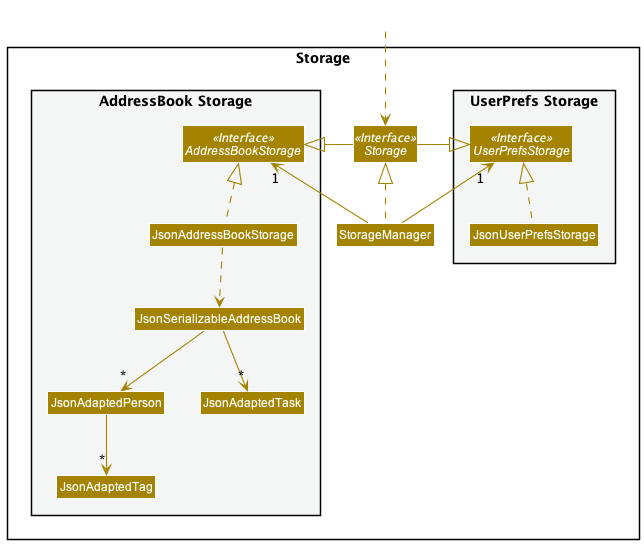
Above: docs/images/StorageClassDiagram.png in tsy24/tp (PlantUML), before the change.
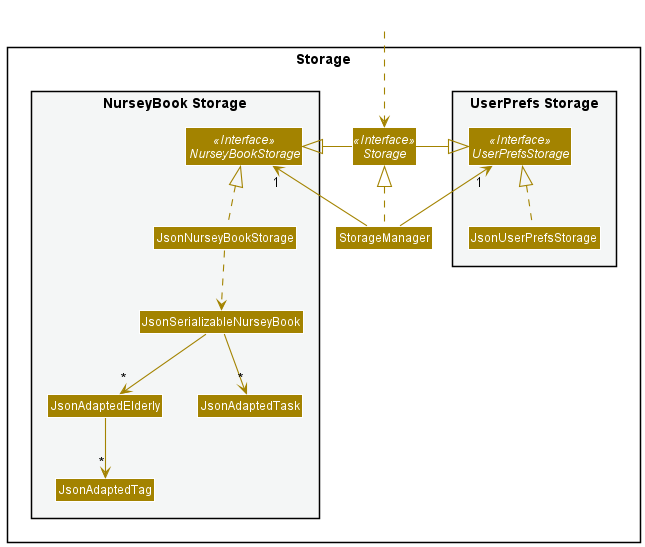
After the commit.

The edit, as a diff of the source:
```diff
@@ -14,11 +14,11 @@
 Interface Storage <<Interface>>
 Class StorageManager
 
-package "AddressBook Storage" #F4F6F6{
-Interface AddressBookStorage <<Interface>>
-Class JsonAddressBookStorage
-Class JsonSerializableAddressBook
-Class JsonAdaptedPerson
+package "NurseyBook Storage" #F4F6F6{
+Interface NurseyBookStorage <<Interface>>
+Class JsonNurseyBookStorage
+Class JsonSerializableNurseyBook
+Class JsonAdaptedElderly
 Class JsonAdaptedTask
 Class JsonAdaptedTag
 }
@@ -30,16 +30,16 @@
 
 StorageManager .up.|> Storage
 StorageManager -up-> "1" UserPrefsStorage
-StorageManager -up-> "1" AddressBookStorage
+StorageManager -up-> "1" NurseyBookStorage
 
 Storage -left-|> UserPrefsStorage
-Storage -right-|> AddressBookStorage
+Storage -right-|> NurseyBookStorage
 
 JsonUserPrefsStorage .up.|> UserPrefsStorage
-JsonAddressBookStorage .up.|> AddressBookStorage
-JsonAddressBookStorage ..> JsonSerializableAddressBook
-JsonSerializableAddressBook --> "*" JsonAdaptedPerson
-JsonSerializableAddressBook --> "*" JsonAdaptedTask
-JsonAdaptedPerson --> "*" JsonAdaptedTag
+JsonNurseyBookStorage .up.|> NurseyBookStorage
+JsonNurseyBookStorage ..> JsonSerializableNurseyBook
+JsonSerializableNurseyBook --> "*" JsonAdaptedElderly
+JsonSerializableNurseyBook --> "*" JsonAdaptedTask
+JsonAdaptedElderly --> "*" JsonAdaptedTag
 
 @enduml
```
